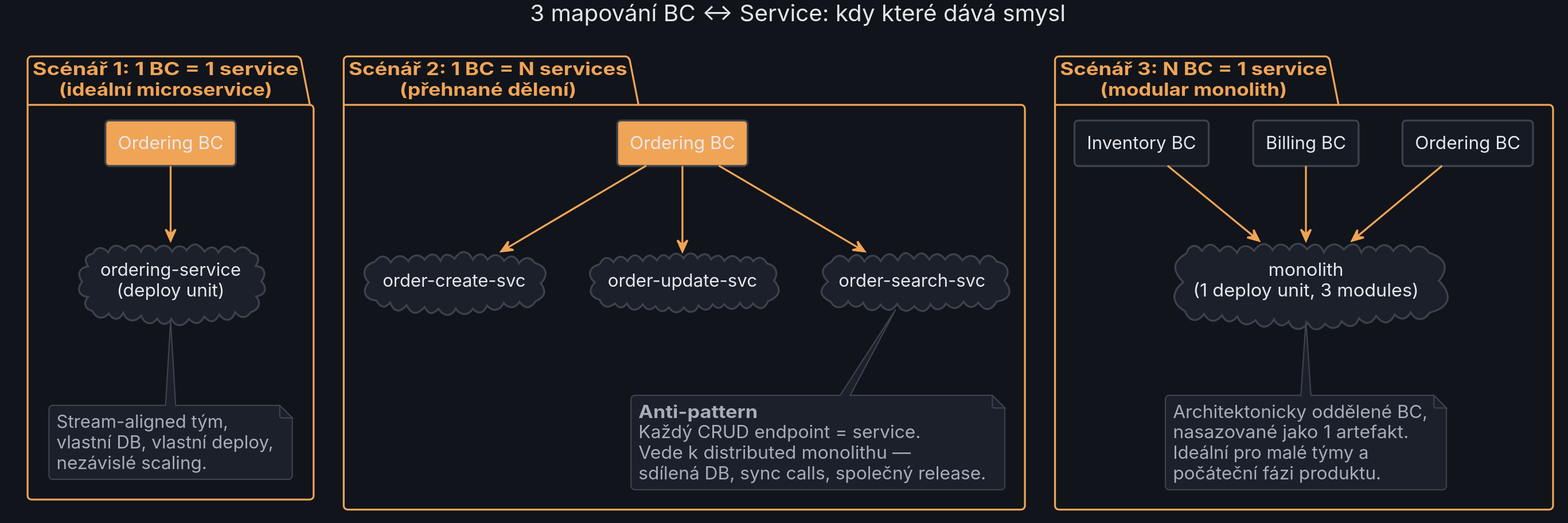
Earlier version of the PlantUML export templates/diagrams/20_microservices/bc_to_service.svg (MichalKatuscak/ddd-v-symfony).
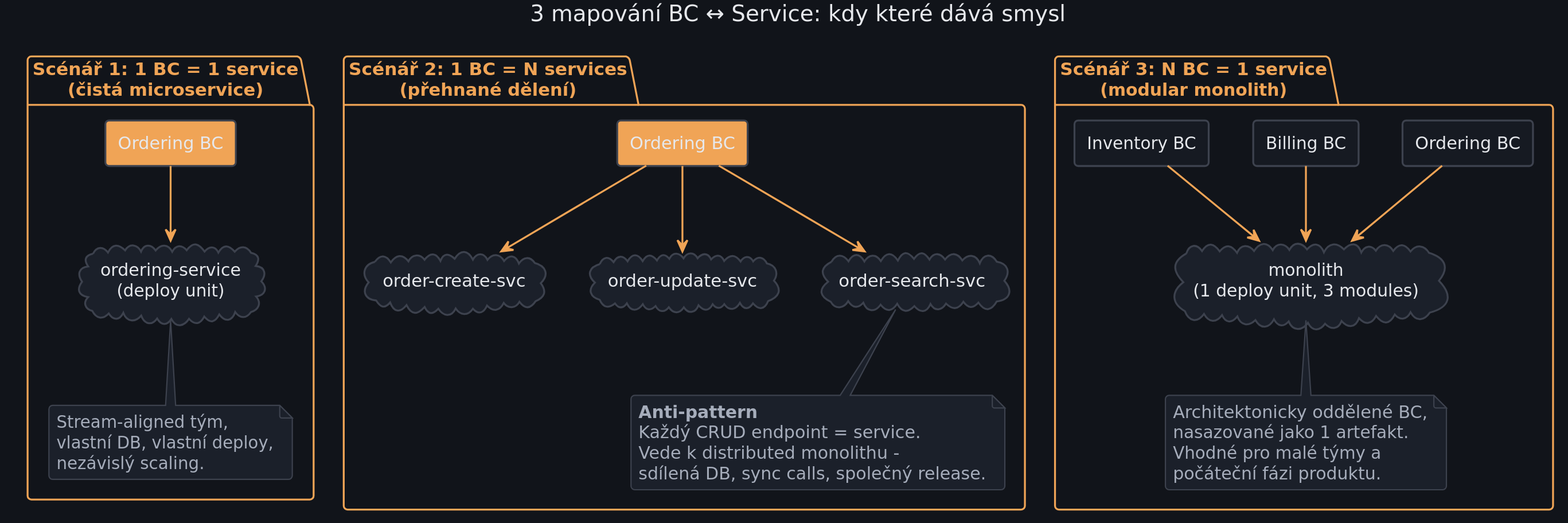
After the change.

The edit, as a diff of the source:
```diff
@@ -181,14 +181,14 @@
 
 title 3 mapování BC ↔ Service: kdy které dává smysl
 
-package "Scénář 1: 1 BC = 1 service\n(ideální microservice)" as p1 {
+package "Scénář 1: 1 BC = 1 service\n(čistá microservice)" as p1 {
     rectangle "Ordering BC" as bc1 #F0A456
     cloud "ordering-service\n(deploy unit)" as svc1
     bc1 -down-> svc1
     note bottom of svc1
       Stream-aligned tým,
       vlastní DB, vlastní deploy,
-      nezávislé scaling.
+      nezávislý scaling.
     end note
 }
 
@@ -203,7 +203,7 @@
     note bottom of svc2c
       <b>Anti-pattern</b>
       Každý CRUD endpoint = service.
-      Vede k distributed monolithu —
+      Vede k distributed monolithu -
       sdílená DB, sync calls, společný release.
     end note
 }
@@ -219,7 +219,7 @@
     note bottom of svc3
       Architektonicky oddělené BC,
       nasazované jako 1 artefakt.
-      Ideální pro malé týmy a
+      Vhodné pro malé týmy a
       počáteční fázi produktu.
     end note
 }
```
